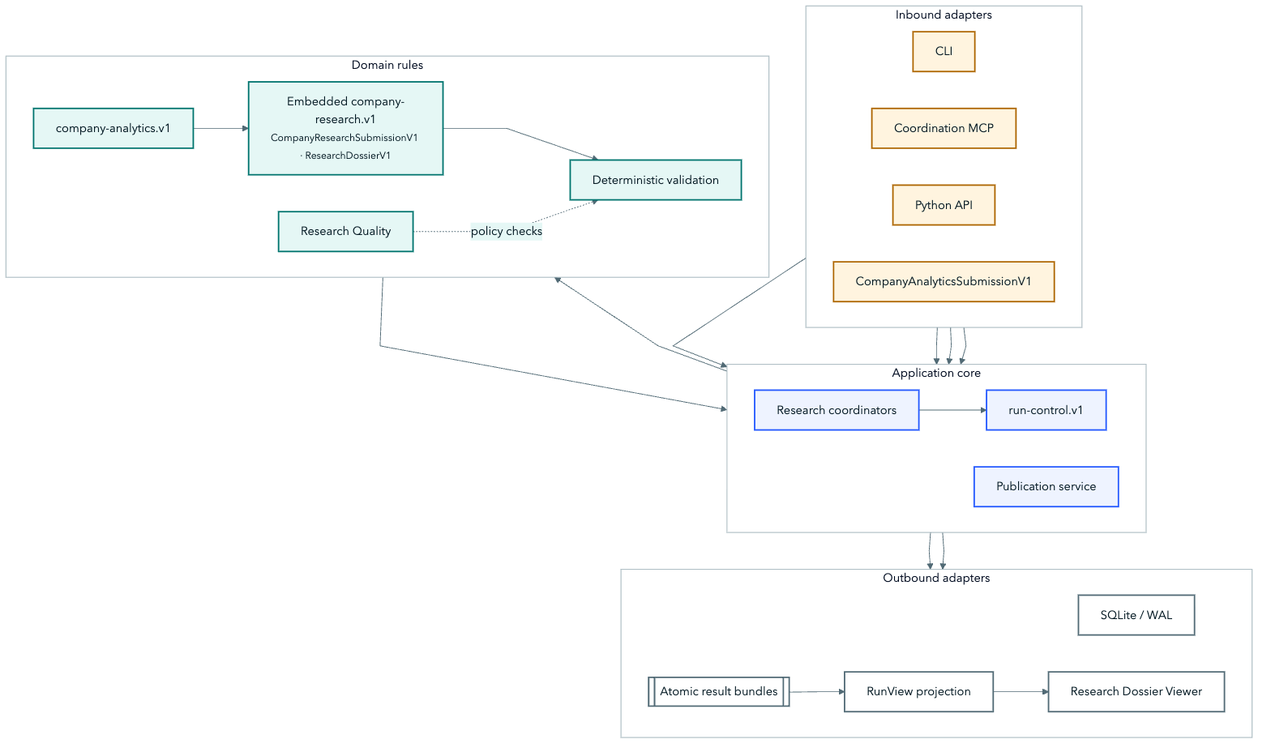
harshitagarwal2/StockResearchAgents keeps this Mermaid diagram as assets/architecture/portable-components.png. Above is the earlier version. Its source is kept beside it as docs/diagrams/portable-components.mmd.
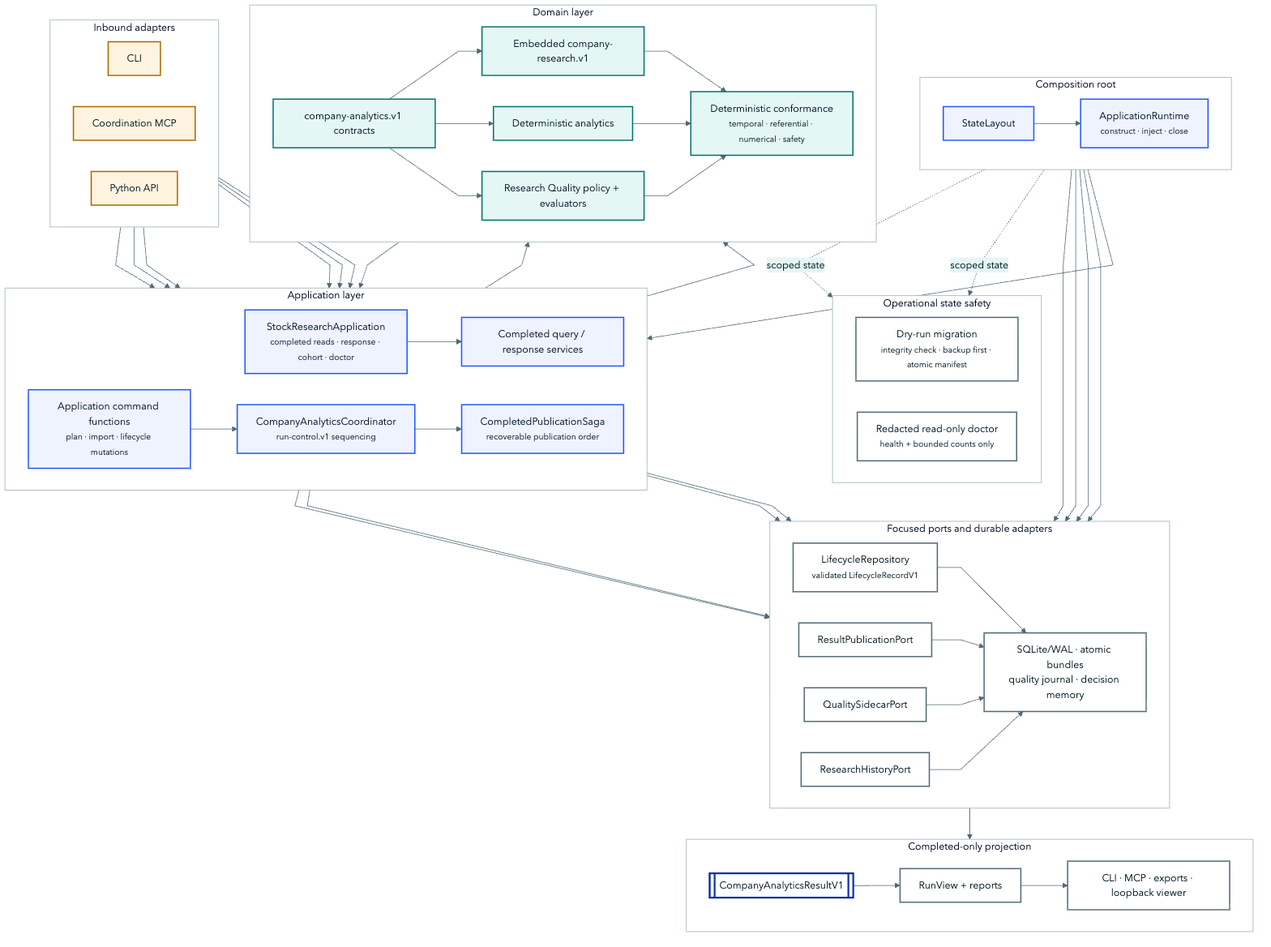
After the commit.

Change to the diagram source:
```diff
@@ -1,58 +1,104 @@
 %%{init: {"theme":"base","fontFamily":"Avenir Next, Segoe UI, sans-serif","themeVariables":{"fontFamily":"Avenir Next, Segoe UI, sans-serif","primaryColor":"#eef3ff","primaryTextColor":"#071c26","primaryBorderColor":"#2257ff","lineColor":"#516a75","secondaryColor":"#e5f7f5","tertiaryColor":"#fff4df","background":"#f5f8f9","clusterBkg":"#ffffff","clusterBorder":"#96aab2"},"flowchart":{"curve":"linear","htmlLabels":true}}}%%
 flowchart TB
-  accTitle: StockResearchAgents component architecture
-  accDescr: Inbound adapters call the StockResearchAgents application core. The public company-analytics.v1 profile composes an outer CompanyAnalyticsSubmissionV1 around an embedded CompanyResearchSubmissionV1 and ResearchDossierV1. Run-control.v1 coordinates durable state, while outbound adapters expose only completed projections.
+  accTitle: StockResearchAgents layered component architecture
+  accDescr: CLI, MCP, and Python adapters use StockResearchApplication for completed reads, responses, cohort evaluation, and diagnostics, and use dedicated application command functions for plan, import, and lifecycle mutations. ApplicationRuntime composes the application from StateLayout and focused durable ports. CompanyAnalyticsCoordinator owns lifecycle sequencing and delegates recoverable completed publication to CompletedPublicationSaga. Contracts, deterministic analytics, and validation remain domain-owned. Completed bundles feed projection-only readers, while backup-first migration and redacted doctor remain operational paths.
 
-  subgraph I["Inbound adapters"]
+  subgraph IN["Inbound adapters"]
     direction LR
     CLI["CLI"]
     MCP["Coordination MCP"]
     PY["Python API"]
-    HOST["CompanyAnalyticsSubmissionV1"]
   end
 
-  subgraph A["Application core"]
+  subgraph COMPOSE["Composition root"]
     direction LR
-    COORD["Research coordinators"]
-    LIFE["run-control.v1"]
-    PUB["Publication service"]
+    LAYOUT["StateLayout"]
+    RUNTIME["ApplicationRuntime<br/><small>construct · inject · close</small>"]
+    LAYOUT --> RUNTIME
   end
 
-  subgraph D["Domain rules"]
+  subgraph APP["Application layer"]
     direction LR
-    CONTRACT["company-analytics.v1"]
-    FOUNDATION["Embedded company-research.v1<br/><small>CompanyResearchSubmissionV1 · ResearchDossierV1</small>"]
-    SPEC["Deterministic validation"]
-    QUALITY["Research Quality"]
+    FACADE["StockResearchApplication<br/><small>completed reads · response · cohort · doctor</small>"]
+    COMMANDS["Application command functions<br/><small>plan · import · lifecycle mutations</small>"]
+    COORD["CompanyAnalyticsCoordinator<br/><small>run-control.v1 sequencing</small>"]
+    SAGA["CompletedPublicationSaga<br/><small>recoverable publication order</small>"]
+    QUERY["Completed query / response services"]
+    FACADE --> QUERY
+    COMMANDS --> COORD --> SAGA
   end
 
-  subgraph O["Outbound adapters"]
+  subgraph DOMAIN["Domain layer"]
     direction LR
-    STORE["SQLite / WAL"]
-    BUNDLE[["Atomic result bundles"]]
-    VIEW["RunView projection"]
-    UI["Research Dossier Viewer"]
+    CONTRACT["company-analytics.v1 contracts"]
+    FOUNDATION["Embedded company-research.v1"]
+    ANALYTICS["Deterministic analytics"]
+    VALIDATE["Deterministic conformance<br/><small>temporal · referential · numerical · safety</small>"]
+    QUALITY["Research Quality policy + evaluators"]
+    CONTRACT --> FOUNDATION
+    CONTRACT --> ANALYTICS
+    CONTRACT --> QUALITY
+    FOUNDATION --> VALIDATE
+    ANALYTICS --> VALIDATE
+    QUALITY --> VALIDATE
   end
 
-  CLI --> COORD
-  MCP --> COORD
-  PY --> COORD
-  HOST --> COORD
-  COORD --> LIFE
-  LIFE --> CONTRACT
-  CONTRACT --> FOUNDATION --> SPEC
-  QUALITY -. policy checks .-> SPEC
-  SPEC --> PUB
-  LIFE --> STORE
-  PUB --> BUNDLE
-  BUNDLE --> VIEW
-  VIEW --> UI
+  subgraph OUT["Focused ports and durable adapters"]
+    direction LR
+    LIFEPORT["LifecycleRepository<br/><small>validated LifecycleRecordV1</small>"]
+    RESULTPORT["ResultPublicationPort"]
+    QUALITYPORT["QualitySidecarPort"]
+    MEMORYPORT["ResearchHistoryPort"]
+    STORES["SQLite/WAL · atomic bundles<br/>quality journal · decision memory"]
+    LIFEPORT --> STORES
+    RESULTPORT --> STORES
+    QUALITYPORT --> STORES
+    MEMORYPORT --> STORES
+  end
+
+  subgraph READ["Completed-only projection"]
+    direction LR
+    RESULT[["CompanyAnalyticsResultV1"]]
+    VIEW["RunView + reports"]
+    UI["CLI · MCP · exports · loopback viewer"]
+    RESULT --> VIEW --> UI
+  end
+
+  subgraph OPS["Operational state safety"]
+    direction LR
+    MIGRATE["Dry-run migration<br/><small>integrity check · backup first · atomic manifest</small>"]
+    DOCTOR["Redacted read-only doctor<br/><small>health + bounded counts only</small>"]
+  end
+
+  CLI --> FACADE
+  CLI --> COMMANDS
+  MCP --> FACADE
+  MCP --> COMMANDS
+  PY --> FACADE
+  PY --> COMMANDS
+  RUNTIME --> FACADE
+  RUNTIME --> LIFEPORT
+  RUNTIME --> RESULTPORT
+  RUNTIME --> QUALITYPORT
+  RUNTIME --> MEMORYPORT
+  COORD --> CONTRACT
+  COMMANDS --> CONTRACT
+  VALIDATE --> SAGA
+  COORD --> LIFEPORT
+  SAGA --> RESULTPORT
+  SAGA --> QUALITYPORT
+  SAGA --> MEMORYPORT
+  RESULTPORT --> RESULT
+  LAYOUT -. scoped state .-> MIGRATE
+  LAYOUT -. scoped state .-> DOCTOR
 
   classDef inbound fill:#fff4df,stroke:#ad6500,color:#071c26,stroke-width:2px;
   classDef app fill:#eef3ff,stroke:#2257ff,color:#071c26,stroke-width:2px;
   classDef domain fill:#e5f7f5,stroke:#00746e,color:#071c26,stroke-width:2px;
   classDef out fill:#ffffff,stroke:#516a75,color:#071c26,stroke-width:2px;
-  class CLI,MCP,PY,HOST inbound;
-  class COORD,LIFE,PUB app;
-  class CONTRACT,FOUNDATION,SPEC,QUALITY domain;
-  class STORE,BUNDLE,VIEW,UI out;
+  classDef artifact fill:#ffffff,stroke:#1231a6,color:#071c26,stroke-width:3px;
+  class CLI,MCP,PY inbound;
+  class LAYOUT,RUNTIME,FACADE,COMMANDS,COORD,SAGA,QUERY app;
+  class CONTRACT,FOUNDATION,ANALYTICS,VALIDATE,QUALITY domain;
+  class LIFEPORT,RESULTPORT,QUALITYPORT,MEMORYPORT,STORES,VIEW,UI,MIGRATE,DOCTOR out;
+  class RESULT artifact;
```
